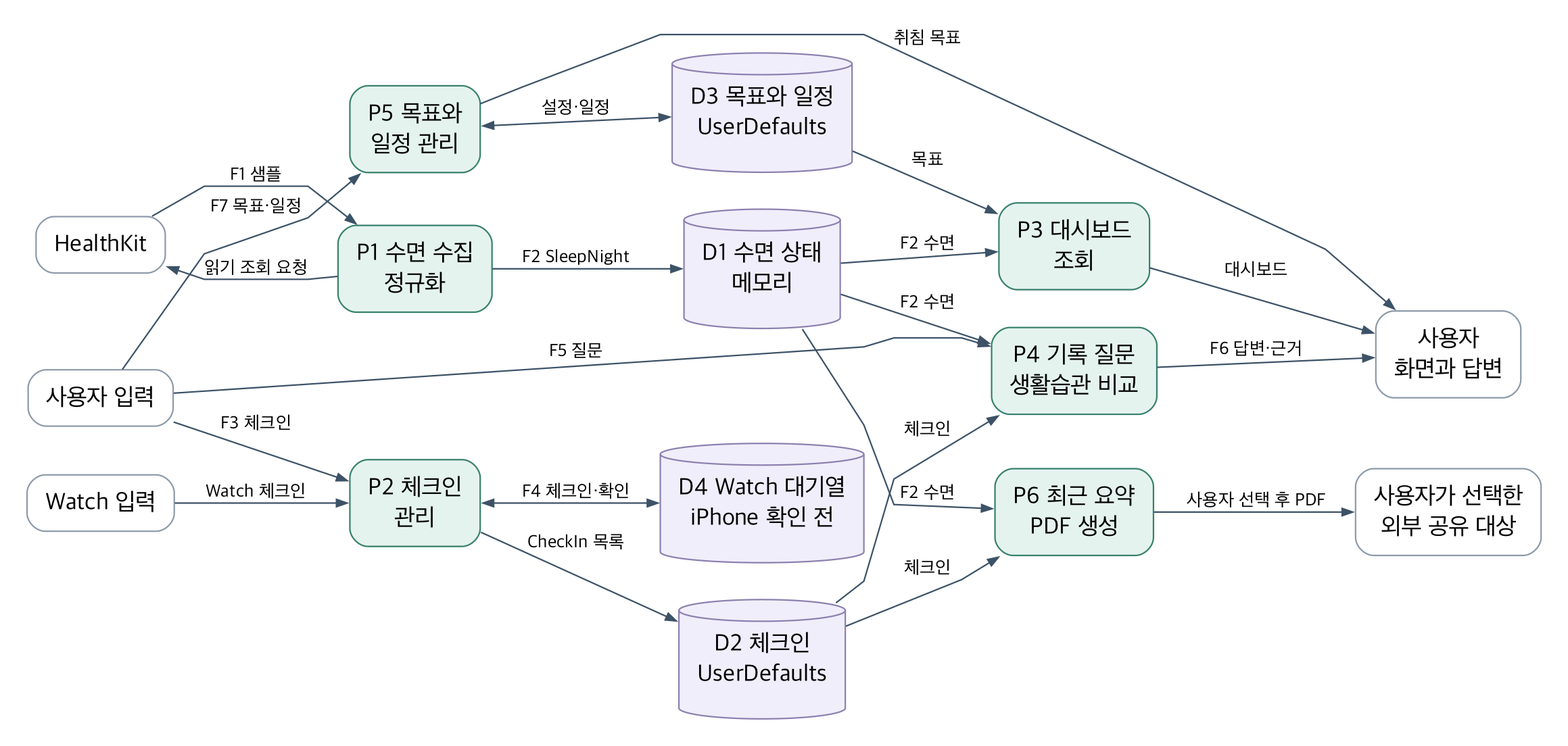
JinWoong-Jung/snorlax keeps this Graphviz diagram as docs/architecture/assets/level1.png. Above is the earlier version. Its source is kept beside it as docs/architecture/assets/level1.dot.
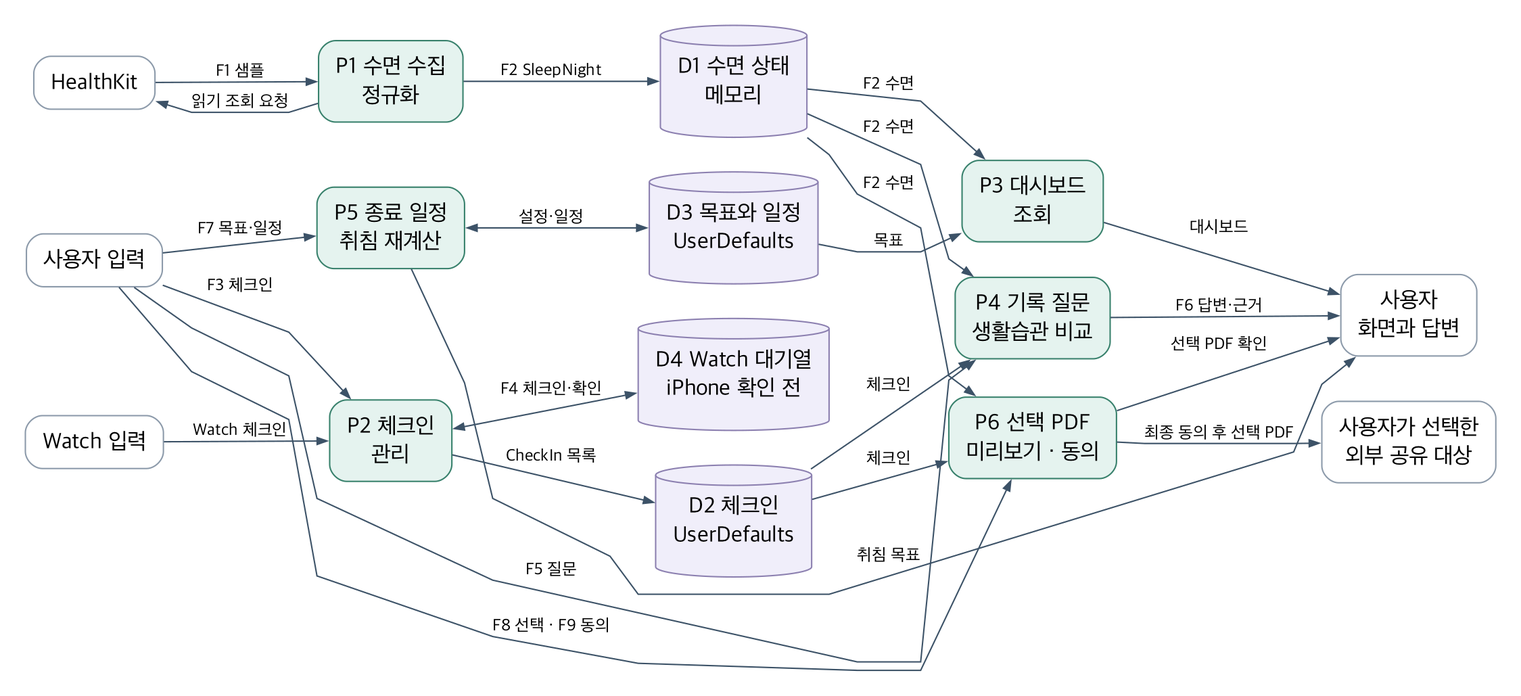
Later version of the same file.

Change to the diagram source:
```diff
@@ -7,14 +7,14 @@
  watch [label="Watch 입력", fillcolor="#FFFFFF", color="#8C9AAA"];
  p1 [label="P1 수면 수집\n정규화"];
  p2 [label="P2 체크인\n관리"];
- p5 [label="P5 목표와\n일정 관리"];
+ p5 [label="P5 종료 일정\n취침 재계산"];
  d1 [label="D1 수면 상태\n메모리", shape=cylinder, fillcolor="#F0EEFA", color="#8C80B0"];
  d2 [label="D2 체크인\nUserDefaults", shape=cylinder, fillcolor="#F0EEFA", color="#8C80B0"];
  d3 [label="D3 목표와 일정\nUserDefaults", shape=cylinder, fillcolor="#F0EEFA", color="#8C80B0"];
  d4 [label="D4 Watch 대기열\niPhone 확인 전", shape=cylinder, fillcolor="#F0EEFA", color="#8C80B0"];
  p3 [label="P3 대시보드\n조회"];
  p4 [label="P4 기록 질문\n생활습관 비교"];
- p6 [label="P6 최근 요약\nPDF 생성"];
+ p6 [label="P6 선택 PDF\n미리보기 · 동의"];
  result [label="사용자\n화면과 답변", fillcolor="#FFFFFF", color="#8C9AAA"];
  pdf [label="사용자가 선택한\n외부 공유 대상", fillcolor="#FFFFFF", color="#8C9AAA"];
  health -> p1 [label="F1 샘플"];
@@ -32,7 +32,9 @@
  phone -> p4 [label="F5 질문", constraint=false];
  p3 -> result [label="대시보드"]; p4 -> result [label="F6 답변·근거"];
  p5 -> result [label="취침 목표", constraint=false];
- p6 -> pdf [label="사용자 선택 후 PDF"];
+ phone -> p6 [label="F8 선택 · F9 동의", constraint=false];
+ p6 -> result [label="선택 PDF 확인"];
+ p6 -> pdf [label="최종 동의 후 선택 PDF"];
  {rank=same; health; phone; watch;}
  {rank=same; p1; p2; p5;}
  {rank=same; d1; d2; d3;}
```
